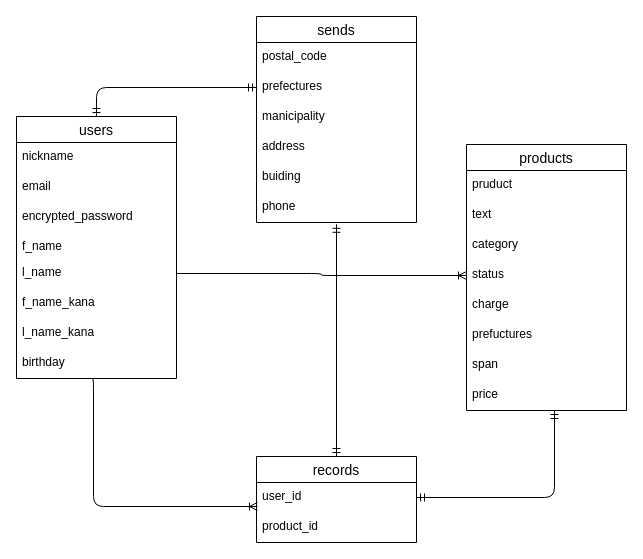
Earlier version of the draw.io diagram furima.dio (cafeaulate/furima-33837). Source tidied: cells renumbered, new cells numbered last; positions are measured from the earlier drawing's top-left corner, leaving out a move shared by most shapes. Both pictures are drawn from the tidied source at 100%, with x=0, y=0 at pixel (16, 16).
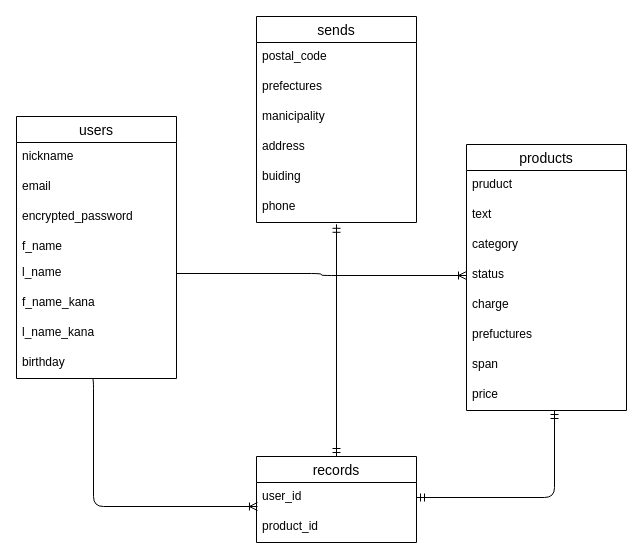
After the change.

Unchanged cells that the change refers to:
```xml
<mxCell id="2" value="users" style="swimlane;fontStyle=0;horizontal=1;startSize=26;align=center;fontSize=14;" parent="1" vertex="1">
  <mxGeometry y="100" width="160" height="262" as="geometry" />
</mxCell>
<mxCell id="16" value="prefectures" style="text;strokeColor=none;fillColor=none;spacingLeft=4;spacingRight=4;overflow=hidden;points=[[0,0.5],[1,0.5]];portConstraint=eastwest;fontSize=12;" parent="14" vertex="1">
  <mxGeometry y="56" width="160" height="30" as="geometry" />
</mxCell>
```

Diff of the diagram source:
```diff
@@
-    <mxCell id="33" style="edgeStyle=orthogonalEdgeStyle;fontSize=12;html=1;endArrow=ERmandOne;startArrow=ERmandOne;entryX=0;entryY=0.5;entryDx=0;entryDy=0;exitX=0.5;exitY=0;exitDx=0;exitDy=0;" parent="1" edge="1" source="2" target="16">
-      <mxGeometry relative="1" as="geometry" />
-    </mxCell>
```
